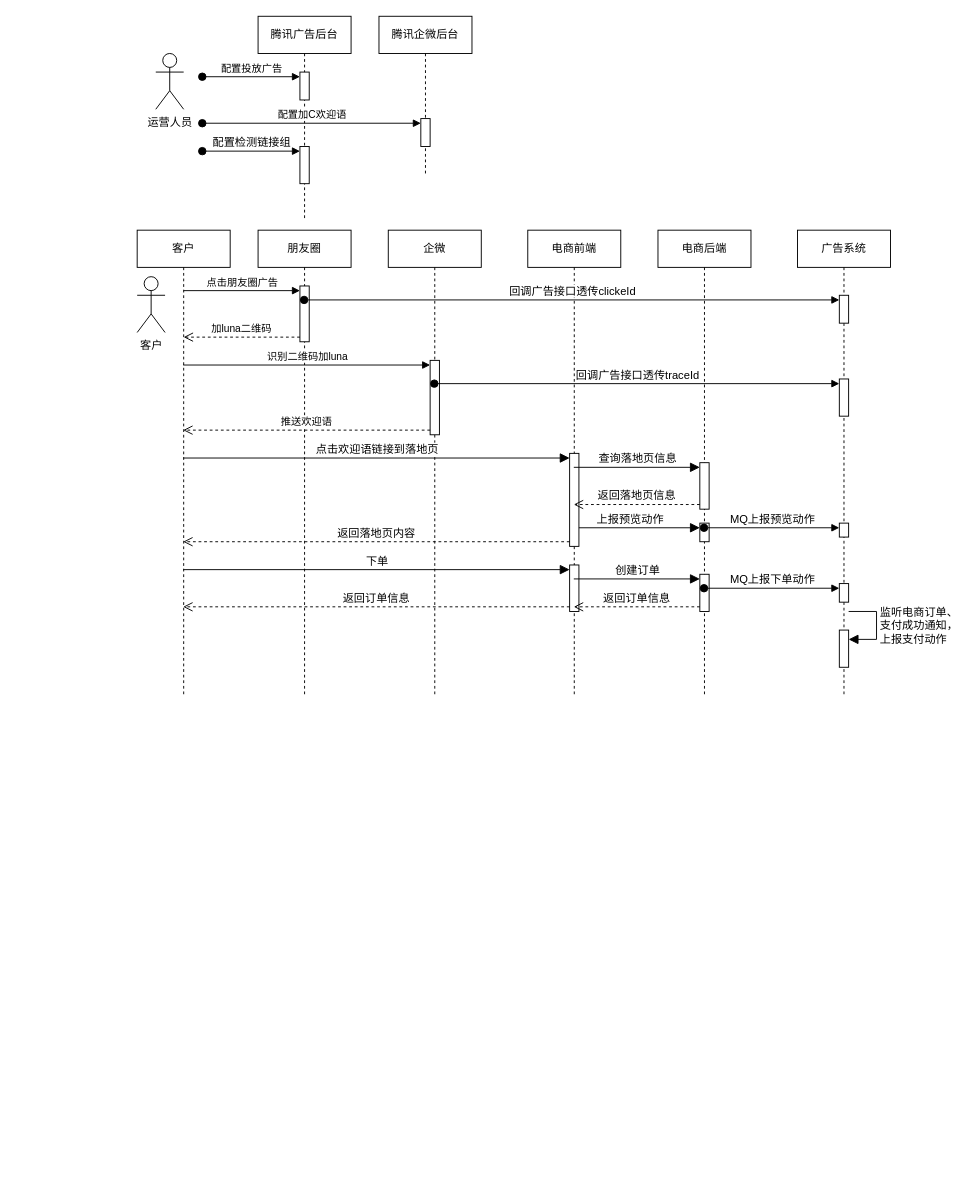
This is page "腾讯广告加C投放归因" (13 of 13) of src/draw/广告投放系统.drawio from y13513867074/draw, a draw.io file, before an edit. Source tidied: cells renumbered, new cells numbered last; positions are measured from the earlier drawing's top-left corner, leaving out a move shared by most shapes. Both pictures are drawn from the tidied source at 93%, with x=0, y=0 at pixel (137, 16).
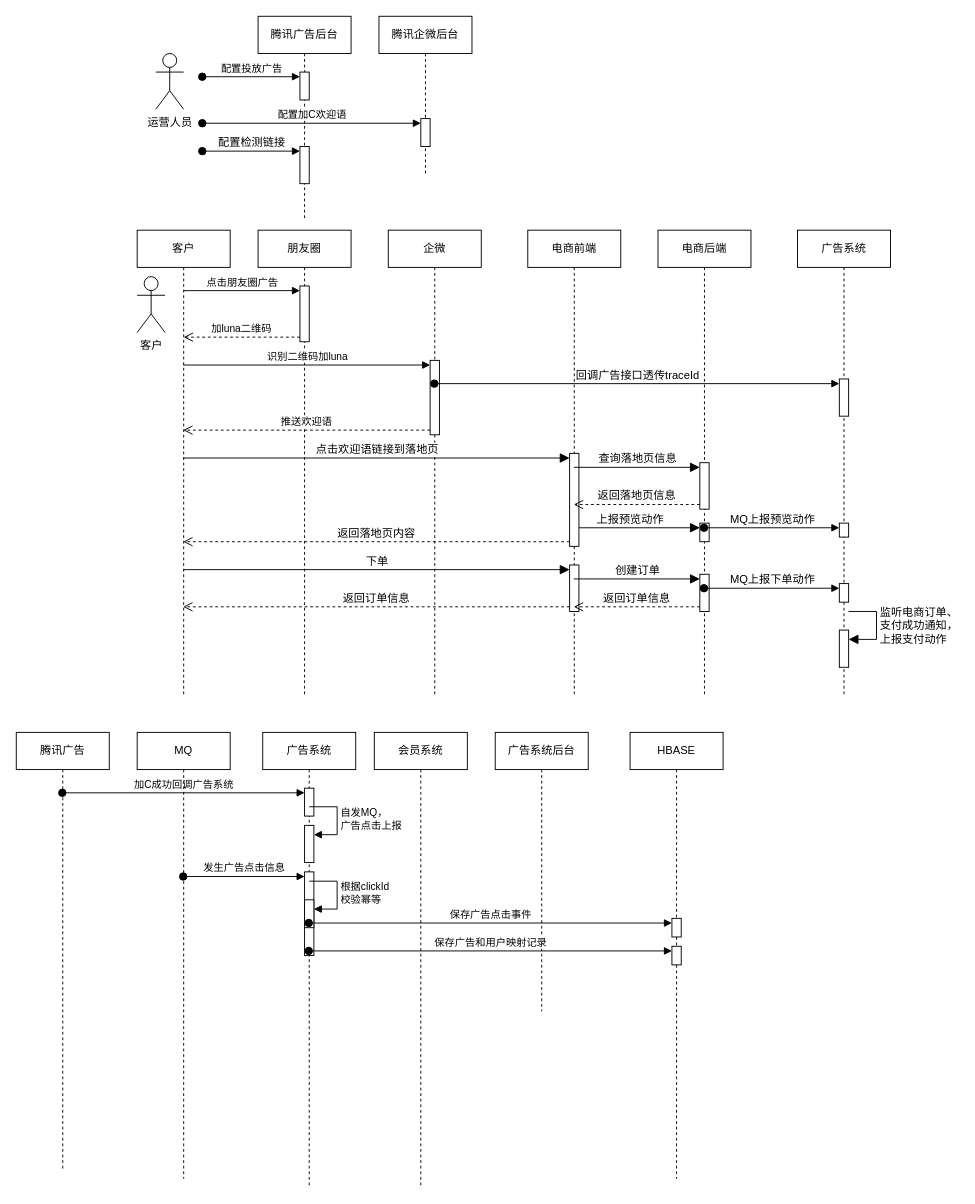
After the change.

Commit message:
更新广告投放系统.drawio

The change refers to these unchanged cells:
```xml
<mxCell id="2" value="腾讯广告后台" style="shape=umlLifeline;perimeter=lifelinePerimeter;whiteSpace=wrap;html=1;newEdgeStyle={&quot;curved&quot;:0,&quot;rounded&quot;:0};" parent="1" vertex="1">
  <mxGeometry x="130" width="100" height="220" as="geometry" />
</mxCell>
<mxCell id="5" style="html=1;points=[[0,0,0,0,5],[0,1,0,0,-5],[1,0,0,0,5],[1,1,0,0,-5]];perimeter=orthogonalPerimeter;outlineConnect=0;targetShapes=umlLifeline;portConstraint=eastwest;newEdgeStyle={&quot;curved&quot;:0,&quot;rounded&quot;:0};" parent="2" vertex="1">
  <mxGeometry x="45" y="140" width="10" height="40" as="geometry" />
</mxCell>
<mxCell id="11" value="朋友圈" style="shape=umlLifeline;perimeter=lifelinePerimeter;whiteSpace=wrap;html=1;outlineConnect=0;portConstraint=eastwest;newEdgeStyle={&quot;curved&quot;:0,&quot;rounded&quot;:0};" parent="1" vertex="1">
  <mxGeometry x="130" y="230" width="100" height="500" as="geometry" />
</mxCell>
<mxCell id="24" value="广告系统" style="shape=umlLifeline;perimeter=lifelinePerimeter;whiteSpace=wrap;html=1;newEdgeStyle={&quot;curved&quot;:0,&quot;rounded&quot;:0};" parent="1" vertex="1">
  <mxGeometry x="710" y="230" width="100" height="500" as="geometry" />
</mxCell>
```

Change to the diagram source:
```diff
@@
-    <mxCell id="6" value="配置检测链接组" style="html=1;verticalAlign=bottom;startArrow=oval;endArrow=block;startSize=8;curved=0;rounded=0;entryX=0;entryY=0;entryDx=0;entryDy=5;fontSize=12;" parent="2" edge="1" target="5">
+    <mxCell id="6" value="配置检测链接" style="html=1;verticalAlign=bottom;startArrow=oval;endArrow=block;startSize=8;curved=0;rounded=0;entryX=0;entryY=0;entryDx=0;entryDy=5;fontSize=12;" parent="2" edge="1" target="5">
       <mxGeometry relative="1" as="geometry">
         <mxPoint x="-60" y="145" as="sourcePoint" />
       </mxGeometry>
     </mxCell>
@@
-    <mxCell id="29" style="html=1;points=[[0,0,0,0,5],[0,1,0,0,-5],[1,0,0,0,5],[1,1,0,0,-5]];perimeter=orthogonalPerimeter;outlineConnect=0;targetShapes=umlLifeline;portConstraint=eastwest;newEdgeStyle={&quot;curved&quot;:0,&quot;rounded&quot;:0};" parent="24" vertex="1">
-      <mxGeometry x="45" y="70" width="10" height="30" as="geometry" />
-    </mxCell>
@@
-    <mxCell id="47" value="回调广告接口透传clickeId" style="html=1;verticalAlign=bottom;startArrow=oval;endArrow=block;startSize=8;curved=0;rounded=0;entryX=0;entryY=0;entryDx=0;entryDy=5;fontSize=12;" parent="1" edge="1" source="11" target="29">
-      <mxGeometry relative="1" as="geometry" />
-    </mxCell>
@@
+    <mxCell id="49" value="广告系统" style="shape=umlLifeline;perimeter=lifelinePerimeter;whiteSpace=wrap;html=1;outlineConnect=0;portConstraint=eastwest;newEdgeStyle={&quot;edgeStyle&quot;:&quot;elbowEdgeStyle&quot;,&quot;elbow&quot;:&quot;vertical&quot;,&quot;curved&quot;:0,&quot;rounded&quot;:0};" parent="1" vertex="1">
+      <mxGeometry x="135" y="770" width="100" height="490" as="geometry" />
+    </mxCell>
+    <mxCell id="50" style="html=1;points=[[0,0,0,0,5],[0,1,0,0,-5],[1,0,0,0,5],[1,1,0,0,-5]];perimeter=orthogonalPerimeter;outlineConnect=0;targetShapes=umlLifeline;portConstraint=eastwest;newEdgeStyle={&quot;curved&quot;:0,&quot;rounded&quot;:0};" parent="49" vertex="1">
+      <mxGeometry x="45" y="60" width="10" height="30" as="geometry" />
+    </mxCell>
+    <mxCell id="51" style="html=1;points=[[0,0,0,0,5],[0,1,0,0,-5],[1,0,0,0,5],[1,1,0,0,-5]];perimeter=orthogonalPerimeter;outlineConnect=0;targetShapes=umlLifeline;portConstraint=eastwest;newEdgeStyle={&quot;curved&quot;:0,&quot;rounded&quot;:0};" parent="49" vertex="1">
+      <mxGeometry x="45" y="100" width="10" height="40" as="geometry" />
+    </mxCell>
+    <mxCell id="52" value="自发MQ，&lt;div&gt;广告点击上报&lt;/div&gt;" style="html=1;align=left;spacingLeft=2;endArrow=block;rounded=0;edgeStyle=orthogonalEdgeStyle;curved=0;rounded=0;" parent="49" edge="1" target="51">
+      <mxGeometry relative="1" as="geometry">
+        <mxPoint x="50" y="80" as="sourcePoint" />
+        <Array as="points">
+          <mxPoint x="80" y="110" />
+        </Array>
+      </mxGeometry>
+    </mxCell>
+    <mxCell id="53" style="html=1;outlineConnect=0;targetShapes=umlLifeline;portConstraint=eastwest;newEdgeStyle={&quot;curved&quot;:0,&quot;rounded&quot;:0};points=[[0,0,0,0,5],[0,1,0,0,-5],[1,0,0,0,5],[1,1,0,0,-5]];perimeter=orthogonalPerimeter;" parent="49" vertex="1">
+      <mxGeometry x="45" y="150" width="10" height="90" as="geometry" />
+    </mxCell>
+    <mxCell id="54" style="html=1;points=[[0,0,0,0,5],[0,1,0,0,-5],[1,0,0,0,5],[1,1,0,0,-5]];perimeter=orthogonalPerimeter;outlineConnect=0;targetShapes=umlLifeline;portConstraint=eastwest;newEdgeStyle={&quot;curved&quot;:0,&quot;rounded&quot;:0};" parent="49" vertex="1">
+      <mxGeometry x="45" y="180" width="10" height="30" as="geometry" />
+    </mxCell>
+    <mxCell id="55" value="根据clickId&lt;div&gt;校验幂等&lt;/div&gt;" style="html=1;align=left;spacingLeft=2;endArrow=block;rounded=0;edgeStyle=orthogonalEdgeStyle;curved=0;rounded=0;" parent="49" edge="1" target="54">
+      <mxGeometry relative="1" as="geometry">
+        <mxPoint x="50" y="160" as="sourcePoint" />
+        <Array as="points">
+          <mxPoint x="80" y="190" />
+        </Array>
+      </mxGeometry>
+    </mxCell>
+    <mxCell id="56" value="会员系统" style="shape=umlLifeline;perimeter=lifelinePerimeter;whiteSpace=wrap;html=1;newEdgeStyle={&quot;edgeStyle&quot;:&quot;elbowEdgeStyle&quot;,&quot;elbow&quot;:&quot;vertical&quot;,&quot;curved&quot;:0,&quot;rounded&quot;:0};" parent="1" vertex="1">
+      <mxGeometry x="255" y="770" width="100" height="490" as="geometry" />
+    </mxCell>
+    <mxCell id="57" value="广告系统后台" style="shape=umlLifeline;perimeter=lifelinePerimeter;whiteSpace=wrap;html=1;newEdgeStyle={&quot;edgeStyle&quot;:&quot;elbowEdgeStyle&quot;,&quot;elbow&quot;:&quot;vertical&quot;,&quot;curved&quot;:0,&quot;rounded&quot;:0};" parent="1" vertex="1">
+      <mxGeometry x="385" y="770" width="100" height="300" as="geometry" />
+    </mxCell>
+    <mxCell id="58" value="腾讯广告" style="shape=umlLifeline;perimeter=lifelinePerimeter;whiteSpace=wrap;html=1;outlineConnect=0;portConstraint=eastwest;newEdgeStyle={&quot;edgeStyle&quot;:&quot;elbowEdgeStyle&quot;,&quot;elbow&quot;:&quot;vertical&quot;,&quot;curved&quot;:0,&quot;rounded&quot;:0};" parent="1" vertex="1">
+      <mxGeometry x="-130" y="770" width="100" height="470" as="geometry" />
+    </mxCell>
+    <mxCell id="59" value="加C成功回调广告系统" style="html=1;verticalAlign=bottom;startArrow=oval;endArrow=block;startSize=8;curved=0;rounded=0;entryX=0;entryY=0;entryDx=0;entryDy=5;" parent="1" edge="1" source="58" target="50">
+      <mxGeometry relative="1" as="geometry" />
+    </mxCell>
+    <mxCell id="60" value="HBASE" style="shape=umlLifeline;perimeter=lifelinePerimeter;whiteSpace=wrap;html=1;newEdgeStyle={&quot;curved&quot;:0,&quot;rounded&quot;:0};" parent="1" vertex="1">
+      <mxGeometry x="530" y="770" width="100" height="480" as="geometry" />
+    </mxCell>
+    <mxCell id="61" style="html=1;points=[[0,0,0,0,5],[0,1,0,0,-5],[1,0,0,0,5],[1,1,0,0,-5]];perimeter=orthogonalPerimeter;outlineConnect=0;targetShapes=umlLifeline;portConstraint=eastwest;newEdgeStyle={&quot;curved&quot;:0,&quot;rounded&quot;:0};" parent="60" vertex="1">
+      <mxGeometry x="45" y="200" width="10" height="20" as="geometry" />
+    </mxCell>
+    <mxCell id="62" style="html=1;points=[[0,0,0,0,5],[0,1,0,0,-5],[1,0,0,0,5],[1,1,0,0,-5]];perimeter=orthogonalPerimeter;outlineConnect=0;targetShapes=umlLifeline;portConstraint=eastwest;newEdgeStyle={&quot;curved&quot;:0,&quot;rounded&quot;:0};" parent="60" vertex="1">
+      <mxGeometry x="45" y="230" width="10" height="20" as="geometry" />
+    </mxCell>
+    <mxCell id="63" value="MQ" style="shape=umlLifeline;perimeter=lifelinePerimeter;whiteSpace=wrap;html=1;outlineConnect=0;portConstraint=eastwest;newEdgeStyle={&quot;curved&quot;:0,&quot;rounded&quot;:0};" parent="1" vertex="1">
+      <mxGeometry y="770" width="100" height="480" as="geometry" />
+    </mxCell>
+    <mxCell id="64" value="发生广告点击信息" style="html=1;verticalAlign=bottom;startArrow=oval;endArrow=block;startSize=8;curved=0;rounded=0;entryX=0;entryY=0;entryDx=0;entryDy=5;" parent="1" edge="1" source="63" target="53">
+      <mxGeometry relative="1" as="geometry" />
+    </mxCell>
+    <mxCell id="65" value="保存广告点击事件" style="html=1;verticalAlign=bottom;startArrow=oval;endArrow=block;startSize=8;curved=0;rounded=0;entryX=0;entryY=0;entryDx=0;entryDy=5;" parent="1" edge="1" source="49" target="61">
+      <mxGeometry relative="1" as="geometry" />
+    </mxCell>
+    <mxCell id="66" value="保存广告和用户映射记录" style="html=1;verticalAlign=bottom;startArrow=oval;endArrow=block;startSize=8;curved=0;rounded=0;entryX=0;entryY=0;entryDx=0;entryDy=5;" parent="1" edge="1" source="49" target="62">
+      <mxGeometry relative="1" as="geometry" />
+    </mxCell>
```
